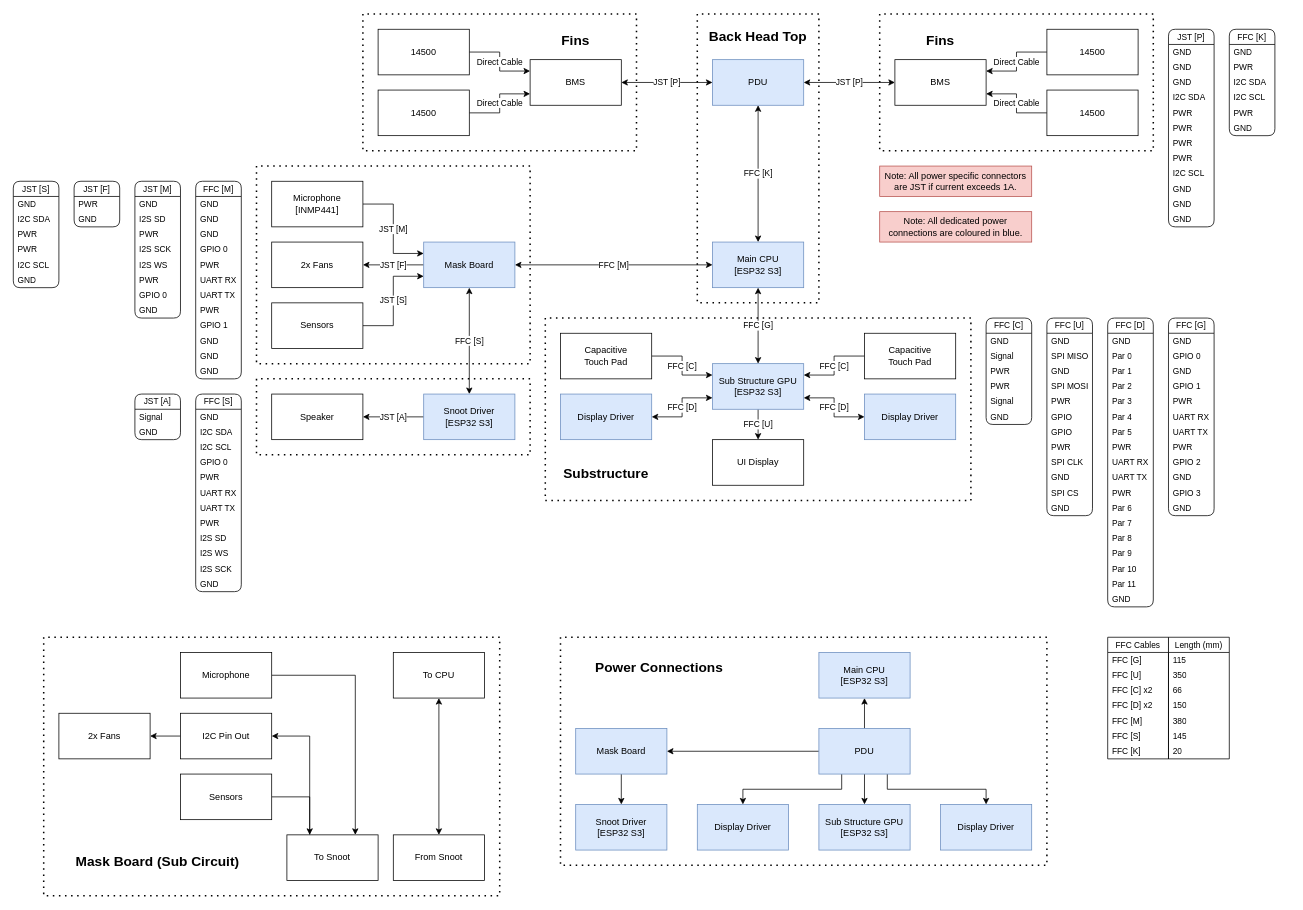
Earlier version of the draw.io diagram page "Connectors & Connections" (2 of 3) of Documents/Electronics.drawio (XCR1793/Synth-Head). Source tidied: cells renumbered, new cells numbered last; positions are measured from the earlier drawing's top-left corner, leaving out a move shared by most shapes. Both pictures are drawn from the tidied source at 76%, with x=0, y=0 at pixel (13, 14).
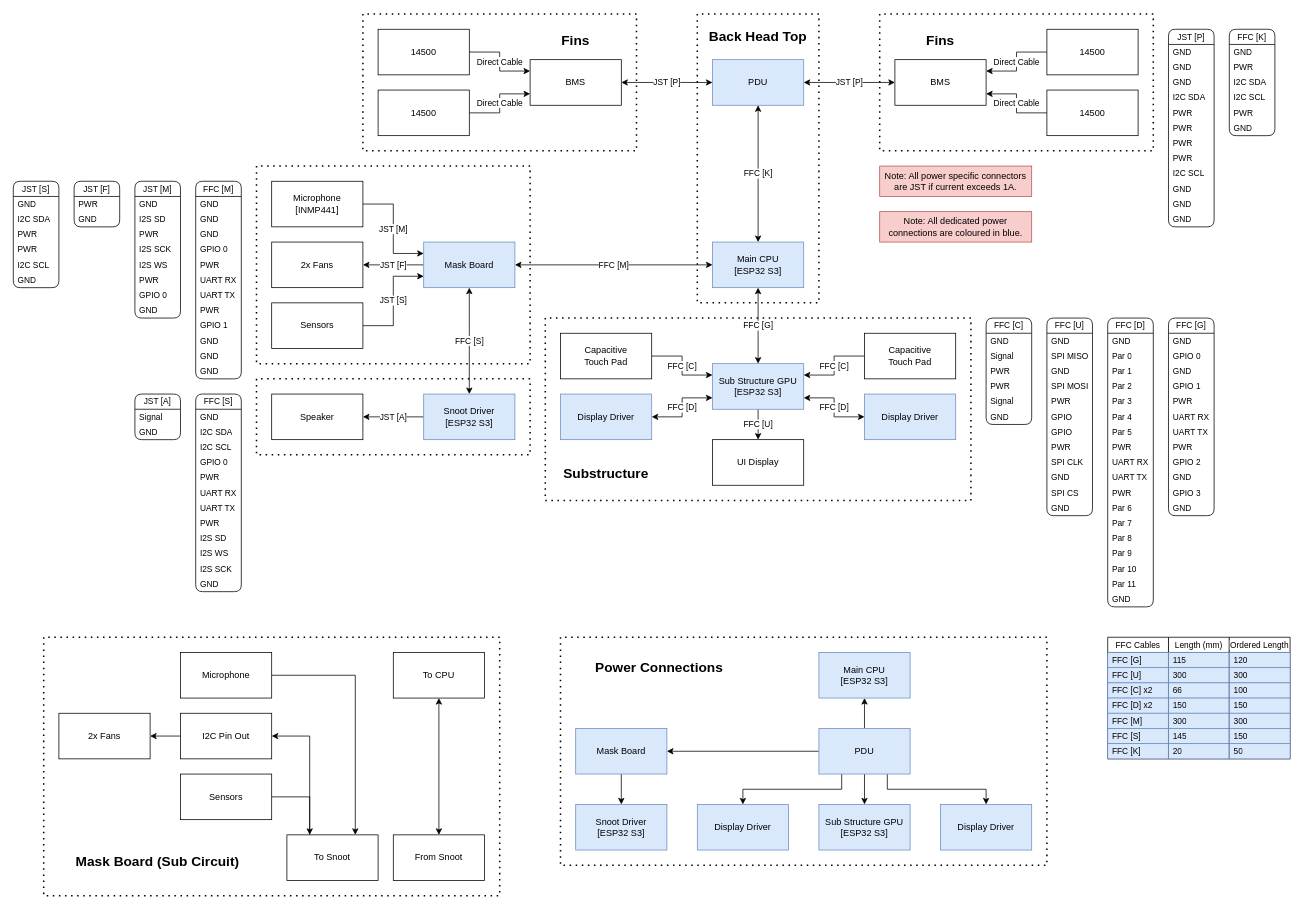
After the change.

Commit message:
Cable Management for the Circuit Boards

The change refers to these unchanged cells:
```xml
<mxCell id="202" value="FFC Cables" style="swimlane;fontStyle=0;horizontal=1;startSize=20;whiteSpace=wrap;html=1;fontFamily=Helvetica;fontSize=11;fontColor=default;labelBackgroundColor=default;" parent="1" vertex="1">
  <mxGeometry x="1440" y="820" width="80" height="160" as="geometry" />
</mxCell>
<mxCell id="210" value="Length (mm)" style="swimlane;fontStyle=0;horizontal=1;startSize=20;whiteSpace=wrap;html=1;fontFamily=Helvetica;fontSize=11;fontColor=default;labelBackgroundColor=default;" parent="1" vertex="1">
  <mxGeometry x="1520" y="820" width="80" height="160" as="geometry" />
</mxCell>
```

What changed in the source:
```diff
@@
-    <mxCell id="203" value="FFC [G]" style="text;strokeColor=none;fillColor=none;align=left;verticalAlign=middle;spacingLeft=4;spacingRight=4;overflow=hidden;whiteSpace=wrap;html=1;fontFamily=Helvetica;fontSize=11;fontColor=default;labelBackgroundColor=default;" parent="202" vertex="1">
+    <mxCell id="203" value="FFC [G]" style="text;strokeColor=#6c8ebf;fillColor=#dae8fc;align=left;verticalAlign=middle;spacingLeft=4;spacingRight=4;overflow=hidden;whiteSpace=wrap;html=1;fontFamily=Helvetica;fontSize=11;labelBackgroundColor=none;" parent="202" vertex="1">
       <mxGeometry y="20" width="80" height="20" as="geometry" />
     </mxCell>
-    <mxCell id="204" value="FFC [U]" style="text;strokeColor=none;fillColor=none;align=left;verticalAlign=middle;spacingLeft=4;spacingRight=4;overflow=hidden;whiteSpace=wrap;html=1;fontFamily=Helvetica;fontSize=11;fontColor=default;labelBackgroundColor=default;" parent="202" vertex="1">
+    <mxCell id="204" value="FFC [U]" style="text;strokeColor=#6c8ebf;fillColor=#dae8fc;align=left;verticalAlign=middle;spacingLeft=4;spacingRight=4;overflow=hidden;whiteSpace=wrap;html=1;fontFamily=Helvetica;fontSize=11;labelBackgroundColor=none;" parent="202" vertex="1">
       <mxGeometry y="40" width="80" height="20" as="geometry" />
     </mxCell>
-    <mxCell id="205" value="FFC [C] x2" style="text;strokeColor=none;fillColor=none;align=left;verticalAlign=middle;spacingLeft=4;spacingRight=4;overflow=hidden;whiteSpace=wrap;html=1;fontFamily=Helvetica;fontSize=11;fontColor=default;labelBackgroundColor=default;" parent="202" vertex="1">
+    <mxCell id="205" value="FFC [C] x2" style="text;strokeColor=#6c8ebf;fillColor=#dae8fc;align=left;verticalAlign=middle;spacingLeft=4;spacingRight=4;overflow=hidden;whiteSpace=wrap;html=1;fontFamily=Helvetica;fontSize=11;labelBackgroundColor=none;" parent="202" vertex="1">
       <mxGeometry y="60" width="80" height="20" as="geometry" />
     </mxCell>
-    <mxCell id="206" value="FFC [D] x2" style="text;strokeColor=none;fillColor=none;align=left;verticalAlign=middle;spacingLeft=4;spacingRight=4;overflow=hidden;whiteSpace=wrap;html=1;fontFamily=Helvetica;fontSize=11;fontColor=default;labelBackgroundColor=default;" parent="202" vertex="1">
+    <mxCell id="206" value="FFC [D] x2" style="text;strokeColor=#6c8ebf;fillColor=#dae8fc;align=left;verticalAlign=middle;spacingLeft=4;spacingRight=4;overflow=hidden;whiteSpace=wrap;html=1;fontFamily=Helvetica;fontSize=11;labelBackgroundColor=none;" parent="202" vertex="1">
       <mxGeometry y="80" width="80" height="20" as="geometry" />
     </mxCell>
-    <mxCell id="207" value="FFC [M]" style="text;strokeColor=none;fillColor=none;align=left;verticalAlign=middle;spacingLeft=4;spacingRight=4;overflow=hidden;whiteSpace=wrap;html=1;fontFamily=Helvetica;fontSize=11;fontColor=default;labelBackgroundColor=default;" parent="202" vertex="1">
+    <mxCell id="207" value="FFC [M]" style="text;strokeColor=#6c8ebf;fillColor=#dae8fc;align=left;verticalAlign=middle;spacingLeft=4;spacingRight=4;overflow=hidden;whiteSpace=wrap;html=1;fontFamily=Helvetica;fontSize=11;labelBackgroundColor=none;" parent="202" vertex="1">
       <mxGeometry y="100" width="80" height="20" as="geometry" />
     </mxCell>
-    <mxCell id="208" value="FFC [S]" style="text;strokeColor=none;fillColor=none;align=left;verticalAlign=middle;spacingLeft=4;spacingRight=4;overflow=hidden;whiteSpace=wrap;html=1;fontFamily=Helvetica;fontSize=11;fontColor=default;labelBackgroundColor=default;" parent="202" vertex="1">
+    <mxCell id="208" value="FFC [S]" style="text;strokeColor=#6c8ebf;fillColor=#dae8fc;align=left;verticalAlign=middle;spacingLeft=4;spacingRight=4;overflow=hidden;whiteSpace=wrap;html=1;fontFamily=Helvetica;fontSize=11;labelBackgroundColor=none;" parent="202" vertex="1">
       <mxGeometry y="120" width="80" height="20" as="geometry" />
     </mxCell>
-    <mxCell id="209" value="FFC [K]" style="text;strokeColor=none;fillColor=none;align=left;verticalAlign=middle;spacingLeft=4;spacingRight=4;overflow=hidden;whiteSpace=wrap;html=1;fontFamily=Helvetica;fontSize=11;fontColor=default;labelBackgroundColor=default;" parent="202" vertex="1">
+    <mxCell id="209" value="FFC [K]" style="text;strokeColor=#6c8ebf;fillColor=#dae8fc;align=left;verticalAlign=middle;spacingLeft=4;spacingRight=4;overflow=hidden;whiteSpace=wrap;html=1;fontFamily=Helvetica;fontSize=11;labelBackgroundColor=none;" parent="202" vertex="1">
       <mxGeometry y="140" width="80" height="20" as="geometry" />
     </mxCell>
@@
-    <mxCell id="211" value="115" style="text;strokeColor=none;fillColor=none;align=left;verticalAlign=middle;spacingLeft=4;spacingRight=4;overflow=hidden;whiteSpace=wrap;html=1;fontFamily=Helvetica;fontSize=11;fontColor=default;labelBackgroundColor=default;" parent="210" vertex="1">
+    <mxCell id="211" value="115" style="text;strokeColor=#6c8ebf;fillColor=#dae8fc;align=left;verticalAlign=middle;spacingLeft=4;spacingRight=4;overflow=hidden;whiteSpace=wrap;html=1;fontFamily=Helvetica;fontSize=11;labelBackgroundColor=none;" parent="210" vertex="1">
       <mxGeometry y="20" width="80" height="20" as="geometry" />
     </mxCell>
-    <mxCell id="212" value="350" style="text;strokeColor=none;fillColor=none;align=left;verticalAlign=middle;spacingLeft=4;spacingRight=4;overflow=hidden;whiteSpace=wrap;html=1;fontFamily=Helvetica;fontSize=11;fontColor=default;labelBackgroundColor=default;" parent="210" vertex="1">
+    <mxCell id="212" value="300" style="text;strokeColor=#6c8ebf;fillColor=#dae8fc;align=left;verticalAlign=middle;spacingLeft=4;spacingRight=4;overflow=hidden;whiteSpace=wrap;html=1;fontFamily=Helvetica;fontSize=11;labelBackgroundColor=none;" parent="210" vertex="1">
       <mxGeometry y="40" width="80" height="20" as="geometry" />
     </mxCell>
-    <mxCell id="213" value="66" style="text;strokeColor=none;fillColor=none;align=left;verticalAlign=middle;spacingLeft=4;spacingRight=4;overflow=hidden;whiteSpace=wrap;html=1;fontFamily=Helvetica;fontSize=11;fontColor=default;labelBackgroundColor=default;" parent="210" vertex="1">
+    <mxCell id="213" value="66" style="text;strokeColor=#6c8ebf;fillColor=#dae8fc;align=left;verticalAlign=middle;spacingLeft=4;spacingRight=4;overflow=hidden;whiteSpace=wrap;html=1;fontFamily=Helvetica;fontSize=11;labelBackgroundColor=none;" parent="210" vertex="1">
       <mxGeometry y="60" width="80" height="20" as="geometry" />
     </mxCell>
-    <mxCell id="214" value="150" style="text;strokeColor=none;fillColor=none;align=left;verticalAlign=middle;spacingLeft=4;spacingRight=4;overflow=hidden;whiteSpace=wrap;html=1;fontFamily=Helvetica;fontSize=11;fontColor=default;labelBackgroundColor=default;" parent="210" vertex="1">
+    <mxCell id="214" value="150" style="text;strokeColor=#6c8ebf;fillColor=#dae8fc;align=left;verticalAlign=middle;spacingLeft=4;spacingRight=4;overflow=hidden;whiteSpace=wrap;html=1;fontFamily=Helvetica;fontSize=11;labelBackgroundColor=none;" parent="210" vertex="1">
       <mxGeometry y="80" width="80" height="20" as="geometry" />
     </mxCell>
-    <mxCell id="215" value="380" style="text;strokeColor=none;fillColor=none;align=left;verticalAlign=middle;spacingLeft=4;spacingRight=4;overflow=hidden;whiteSpace=wrap;html=1;fontFamily=Helvetica;fontSize=11;fontColor=default;labelBackgroundColor=default;" parent="210" vertex="1">
+    <mxCell id="215" value="300" style="text;strokeColor=#6c8ebf;fillColor=#dae8fc;align=left;verticalAlign=middle;spacingLeft=4;spacingRight=4;overflow=hidden;whiteSpace=wrap;html=1;fontFamily=Helvetica;fontSize=11;labelBackgroundColor=none;" parent="210" vertex="1">
       <mxGeometry y="100" width="80" height="20" as="geometry" />
     </mxCell>
-    <mxCell id="216" value="145" style="text;strokeColor=none;fillColor=none;align=left;verticalAlign=middle;spacingLeft=4;spacingRight=4;overflow=hidden;whiteSpace=wrap;html=1;fontFamily=Helvetica;fontSize=11;fontColor=default;labelBackgroundColor=default;" parent="210" vertex="1">
+    <mxCell id="216" value="145" style="text;strokeColor=#6c8ebf;fillColor=#dae8fc;align=left;verticalAlign=middle;spacingLeft=4;spacingRight=4;overflow=hidden;whiteSpace=wrap;html=1;fontFamily=Helvetica;fontSize=11;labelBackgroundColor=none;" parent="210" vertex="1">
       <mxGeometry y="120" width="80" height="20" as="geometry" />
     </mxCell>
-    <mxCell id="217" value="20" style="text;strokeColor=none;fillColor=none;align=left;verticalAlign=middle;spacingLeft=4;spacingRight=4;overflow=hidden;whiteSpace=wrap;html=1;fontFamily=Helvetica;fontSize=11;fontColor=default;labelBackgroundColor=default;" parent="210" vertex="1">
+    <mxCell id="217" value="20" style="text;strokeColor=#6c8ebf;fillColor=#dae8fc;align=left;verticalAlign=middle;spacingLeft=4;spacingRight=4;overflow=hidden;whiteSpace=wrap;html=1;fontFamily=Helvetica;fontSize=11;labelBackgroundColor=none;" parent="210" vertex="1">
       <mxGeometry y="140" width="80" height="20" as="geometry" />
     </mxCell>
+    <mxCell id="218" value="Ordered Length" style="swimlane;fontStyle=0;horizontal=1;startSize=20;whiteSpace=wrap;html=1;fontFamily=Helvetica;fontSize=11;fontColor=default;labelBackgroundColor=default;" parent="1" vertex="1">
+      <mxGeometry x="1600" y="820" width="80" height="160" as="geometry" />
+    </mxCell>
+    <mxCell id="219" value="120" style="text;strokeColor=#6c8ebf;fillColor=#dae8fc;align=left;verticalAlign=middle;spacingLeft=4;spacingRight=4;overflow=hidden;whiteSpace=wrap;html=1;fontFamily=Helvetica;fontSize=11;labelBackgroundColor=none;" parent="218" vertex="1">
+      <mxGeometry y="20" width="80" height="20" as="geometry" />
+    </mxCell>
+    <mxCell id="220" value="300" style="text;strokeColor=#6c8ebf;fillColor=#dae8fc;align=left;verticalAlign=middle;spacingLeft=4;spacingRight=4;overflow=hidden;whiteSpace=wrap;html=1;fontFamily=Helvetica;fontSize=11;labelBackgroundColor=none;" parent="218" vertex="1">
+      <mxGeometry y="40" width="80" height="20" as="geometry" />
+    </mxCell>
+    <mxCell id="221" value="100" style="text;strokeColor=#6c8ebf;fillColor=#dae8fc;align=left;verticalAlign=middle;spacingLeft=4;spacingRight=4;overflow=hidden;whiteSpace=wrap;html=1;fontFamily=Helvetica;fontSize=11;labelBackgroundColor=none;" parent="218" vertex="1">
+      <mxGeometry y="60" width="80" height="20" as="geometry" />
+    </mxCell>
+    <mxCell id="222" value="150" style="text;strokeColor=#6c8ebf;fillColor=#dae8fc;align=left;verticalAlign=middle;spacingLeft=4;spacingRight=4;overflow=hidden;whiteSpace=wrap;html=1;fontFamily=Helvetica;fontSize=11;labelBackgroundColor=none;" parent="218" vertex="1">
+      <mxGeometry y="80" width="80" height="20" as="geometry" />
+    </mxCell>
+    <mxCell id="223" value="300" style="text;strokeColor=#6c8ebf;fillColor=#dae8fc;align=left;verticalAlign=middle;spacingLeft=4;spacingRight=4;overflow=hidden;whiteSpace=wrap;html=1;fontFamily=Helvetica;fontSize=11;labelBackgroundColor=none;" parent="218" vertex="1">
+      <mxGeometry y="100" width="80" height="20" as="geometry" />
+    </mxCell>
+    <mxCell id="224" value="150" style="text;strokeColor=#6c8ebf;fillColor=#dae8fc;align=left;verticalAlign=middle;spacingLeft=4;spacingRight=4;overflow=hidden;whiteSpace=wrap;html=1;fontFamily=Helvetica;fontSize=11;labelBackgroundColor=none;" parent="218" vertex="1">
+      <mxGeometry y="120" width="80" height="20" as="geometry" />
+    </mxCell>
+    <mxCell id="225" value="50" style="text;strokeColor=#6c8ebf;fillColor=#dae8fc;align=left;verticalAlign=middle;spacingLeft=4;spacingRight=4;overflow=hidden;whiteSpace=wrap;html=1;fontFamily=Helvetica;fontSize=11;labelBackgroundColor=none;" parent="218" vertex="1">
+      <mxGeometry y="140" width="80" height="20" as="geometry" />
+    </mxCell>
```
